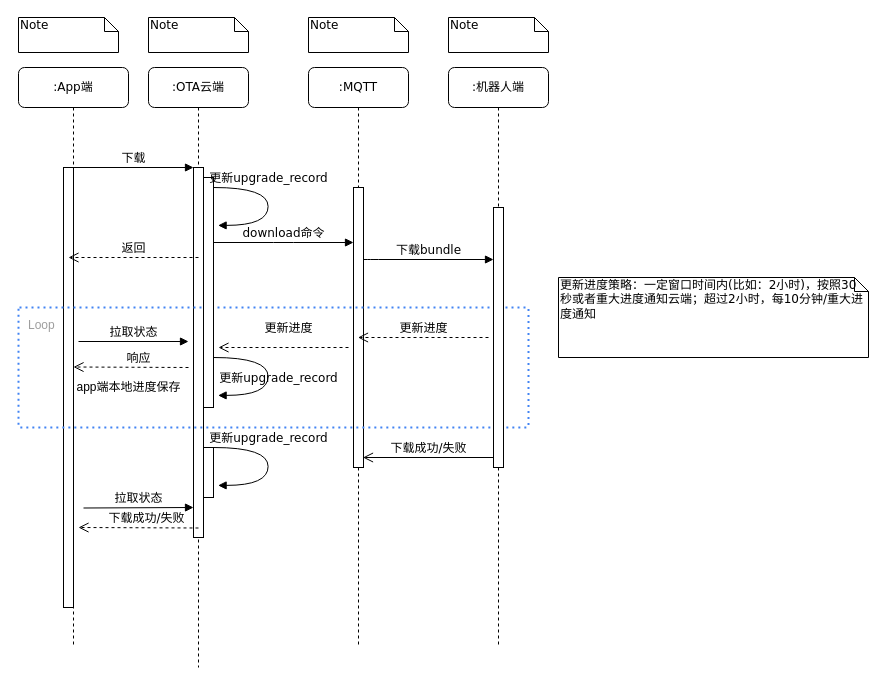
Above: craft/download_flow.drawio in feihu618/drawio (draw.io), before the change. Source tidied: cells renumbered, new cells numbered last; positions are measured from the earlier drawing's top-left corner, leaving out a move shared by most shapes. Both pictures are drawn from the tidied source at 100%, with x=0, y=0 at pixel (18, 17).
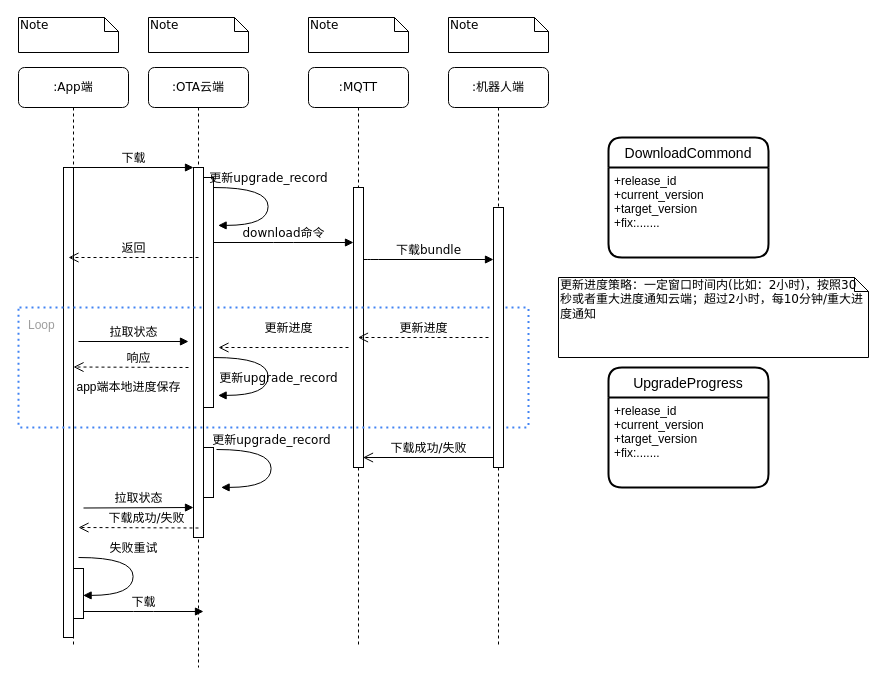
The same page after the edit.

Unchanged cells that the change refers to:
```xml
<mxCell id="10" value=":App端" style="shape=umlLifeline;perimeter=lifelinePerimeter;whiteSpace=wrap;html=1;rounded=1;shadow=0;comic=0;labelBackgroundColor=none;strokeWidth=1;fontFamily=Verdana;fontSize=12;align=center;" parent="1" vertex="1">
  <mxGeometry y="50" width="110" height="580" as="geometry" />
</mxCell>
```

What changed in the source:
```diff
@@
     <mxCell id="11" style="html=1;points=[];perimeter=orthogonalPerimeter;rounded=0;shadow=0;comic=0;labelBackgroundColor=none;strokeWidth=1;fontFamily=Verdana;fontSize=12;align=center;" parent="10" vertex="1">
-      <mxGeometry x="45" y="100" width="10" height="440" as="geometry" />
+      <mxGeometry x="45" y="100" width="10" height="470" as="geometry" />
     </mxCell>
@@
+    <mxCell id="34" style="html=1;perimeter=orthogonalPerimeter;rounded=0;shadow=0;comic=0;labelBackgroundColor=none;strokeWidth=1;fontFamily=Verdana;fontSize=12;align=center;" parent="10" vertex="1">
+      <mxGeometry x="55" y="501" width="10" height="50" as="geometry" />
+    </mxCell>
@@
+    <mxCell id="33" value="下载成功/失败" style="html=1;verticalAlign=bottom;endArrow=open;dashed=1;endSize=8;labelBackgroundColor=none;fontFamily=Verdana;fontSize=12;" parent="1" edge="1">
+      <mxGeometry x="-0.13" relative="1" as="geometry">
+        <mxPoint x="180" y="510.5" as="sourcePoint" />
+        <mxPoint x="60" y="510" as="targetPoint" />
+      </mxGeometry>
+    </mxCell>
+    <mxCell id="35" value="更新upgrade_record" style="html=1;verticalAlign=bottom;endArrow=block;labelBackgroundColor=none;fontFamily=Verdana;fontSize=12;elbow=vertical;edgeStyle=orthogonalEdgeStyle;curved=1;entryX=1;entryY=0.286;entryPerimeter=0;exitX=1.038;exitY=0.345;exitPerimeter=0;" parent="1" edge="1">
+      <mxGeometry x="-0.23" relative="1" as="geometry">
+        <mxPoint x="198" y="432" as="sourcePoint" />
+        <mxPoint x="202.6" y="469.9" as="targetPoint" />
+        <Array as="points">
+          <mxPoint x="252.6" y="431.9" />
+          <mxPoint x="252.6" y="469.9" />
+        </Array>
+      </mxGeometry>
+    </mxCell>
-    <mxCell id="32" value="更新upgrade_record" style="html=1;verticalAlign=bottom;endArrow=block;labelBackgroundColor=none;fontFamily=Verdana;fontSize=12;elbow=vertical;edgeStyle=orthogonalEdgeStyle;curved=1;entryX=1;entryY=0.286;entryPerimeter=0;exitX=1.038;exitY=0.345;exitPerimeter=0;" parent="1" edge="1">
+    <mxCell id="32" value="失败重试" style="html=1;verticalAlign=bottom;endArrow=block;labelBackgroundColor=none;fontFamily=Verdana;fontSize=12;elbow=vertical;edgeStyle=orthogonalEdgeStyle;curved=1;entryX=1;entryY=0.286;entryPerimeter=0;exitX=1.038;exitY=0.345;exitPerimeter=0;" parent="1" edge="1">
       <mxGeometry x="-0.23" relative="1" as="geometry">
-        <mxPoint x="195" y="430" as="sourcePoint" />
-        <mxPoint x="199.6" y="467.9" as="targetPoint" />
+        <mxPoint x="60" y="540" as="sourcePoint" />
+        <mxPoint x="64.6" y="577.9" as="targetPoint" />
         <Array as="points">
-          <mxPoint x="249.6" y="429.9" />
-          <mxPoint x="249.6" y="467.9" />
+          <mxPoint x="114.6" y="539.9" />
+          <mxPoint x="114.6" y="577.9" />
         </Array>
       </mxGeometry>
     </mxCell>
-    <mxCell id="33" value="下载成功/失败" style="html=1;verticalAlign=bottom;endArrow=open;dashed=1;endSize=8;labelBackgroundColor=none;fontFamily=Verdana;fontSize=12;" parent="1" edge="1">
-      <mxGeometry x="-0.13" relative="1" as="geometry">
-        <mxPoint x="180" y="510.5" as="sourcePoint" />
-        <mxPoint x="60" y="510" as="targetPoint" />
-      </mxGeometry>
-    </mxCell>
+    <mxCell id="36" value="下载" style="html=1;verticalAlign=bottom;endArrow=block;entryX=0;entryY=0;labelBackgroundColor=none;fontFamily=Verdana;fontSize=12;edgeStyle=elbowEdgeStyle;elbow=vertical;" parent="1" edge="1">
+      <mxGeometry relative="1" as="geometry">
+        <mxPoint x="65" y="594" as="sourcePoint" />
+        <mxPoint x="185" y="594" as="targetPoint" />
+      </mxGeometry>
+    </mxCell>
+    <mxCell id="37" value="DownloadCommond" style="swimlane;horizontal=1;startSize=30;rounded=1;fontSize=14;fontStyle=0;strokeWidth=2;shadow=0;dashed=0;align=center;" parent="1" vertex="1">
+      <mxGeometry x="590" y="120" width="160" height="120" as="geometry" />
+    </mxCell>
+    <mxCell id="38" value="+release_id&#10;+current_version&#10;+target_version&#10;+fix:......." style="align=left;strokeColor=none;fillColor=none;spacingLeft=4;fontSize=12;verticalAlign=top;" parent="37" vertex="1">
+      <mxGeometry y="30" width="160" height="90" as="geometry" />
+    </mxCell>
+    <mxCell id="39" value="UpgradeProgress" style="swimlane;horizontal=1;startSize=30;rounded=1;fontSize=14;fontStyle=0;strokeWidth=2;shadow=0;dashed=0;align=center;" parent="1" vertex="1">
+      <mxGeometry x="590" y="350" width="160" height="120" as="geometry" />
+    </mxCell>
+    <mxCell id="40" value="+release_id&#10;+current_version&#10;+target_version&#10;+fix:......." style="align=left;strokeColor=none;fillColor=none;spacingLeft=4;fontSize=12;verticalAlign=top;" parent="39" vertex="1">
+      <mxGeometry y="30" width="160" height="90" as="geometry" />
+    </mxCell>
```
